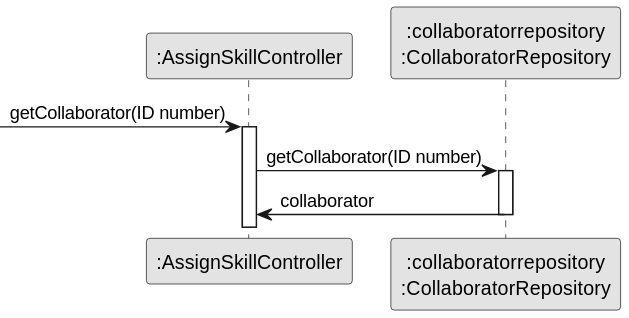
Above: docs/sprint2/us004/03.design/svg/us004-sequence-diagram-partial-get-collaborator.svg in tiagosoa/lei-24-s2-1dgh-g073 (PlantUML), before the change.
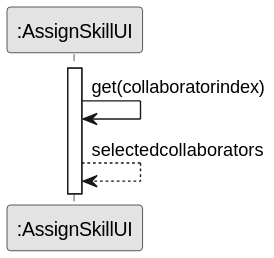
The same diagram one commit later.

What changed in the source:
```diff
@@ -3,15 +3,9 @@
 skinparam packageStyle rectangle
 skinparam shadowing false
 
-participant ":AssignSkillController" as CTRL
-participant ":collaboratorrepository\n:CollaboratorRepository" as CR
+participant ":AssignSkillUI" as UI
+          activate UI
+          UI -> UI: get(collaboratorindex)
 
-         -> CTRL : getCollaborator(ID number)
-        activate CTRL
-
-        CTRL -> CR : getCollaborator(ID number)
-        activate CR
-
-        CR -> CTRL : collaborator
-        deactivate CR
+                 UI --> UI: selectedcollaborators
 @enduml
```
